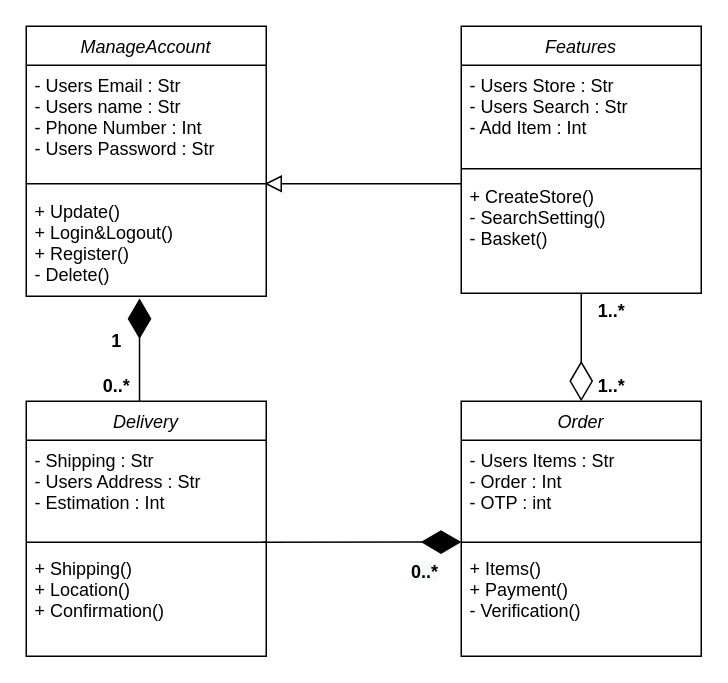
Above: classdiagram.drawio in ROSYIDAN/flow-chart (draw.io), before the change. Source tidied: cells renumbered, new cells numbered last; positions are measured from the earlier drawing's top-left corner, leaving out a move shared by most shapes. Both pictures are drawn from the tidied source at 150%, with x=0, y=0 at pixel (26, 26).
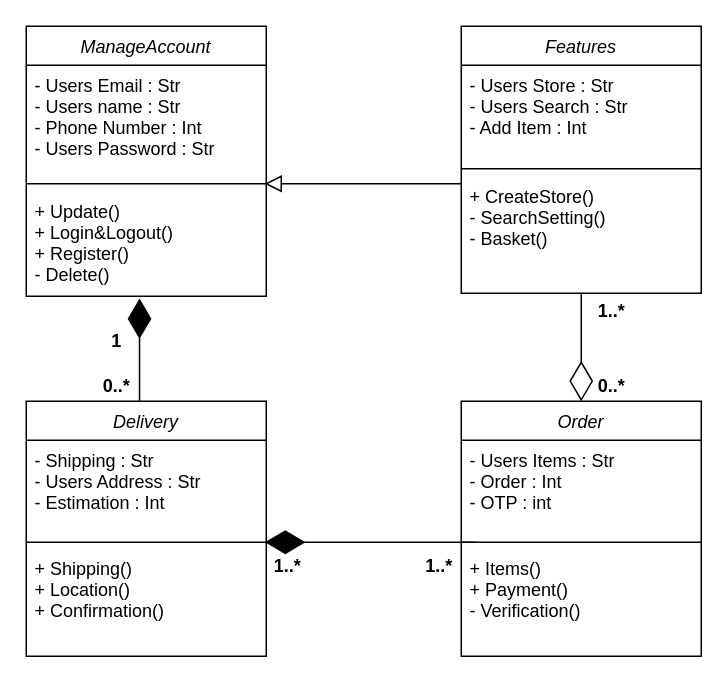
The same page after the edit.

Unchanged cells that the change refers to:
```xml
<mxCell id="13" style="line;html=1;strokeWidth=1;align=left;verticalAlign=middle;spacingTop=-1;spacingLeft=3;spacingRight=3;labelPosition=right;points=[];portConstraint=eastwest;" parent="11" vertex="1">
  <mxGeometry y="90" width="160" height="8" as="geometry" />
</mxCell>
<mxCell id="17" style="line;html=1;strokeWidth=1;align=left;verticalAlign=middle;spacingTop=-1;spacingLeft=3;spacingRight=3;labelPosition=right;points=[];portConstraint=eastwest;" parent="15" vertex="1">
  <mxGeometry y="90" width="160" height="8" as="geometry" />
</mxCell>
```

The edit, as a diff of the source:
```diff
@@
-    <mxCell id="23" style="endArrow=diamondThin;endFill=1;endSize=24;html=1;rounded=0;entryX=0;entryY=0.48;entryDx=0;entryDy=0;entryPerimeter=0;exitX=0.983;exitY=0.504;exitDx=0;exitDy=0;exitPerimeter=0;" parent="1" edge="1" source="17" target="13">
+    <mxCell id="23" style="endArrow=diamondThin;endFill=1;endSize=24;html=1;rounded=0;entryX=0.995;entryY=0.498;entryDx=0;entryDy=0;entryPerimeter=0;exitX=0.058;exitY=0.502;exitDx=0;exitDy=0;exitPerimeter=0;" parent="1" edge="1" source="13" target="17">
       <mxGeometry relative="1" as="geometry" />
     </mxCell>
-    <mxCell id="24" value="&lt;span style=&quot;color: rgb(0, 0, 0); font-family: helvetica; font-size: 12px; font-style: normal; font-weight: 700; letter-spacing: normal; text-align: left; text-indent: 0px; text-transform: none; word-spacing: 0px; background-color: rgb(248, 249, 250); display: inline; float: none;&quot;&gt;0..*&lt;/span&gt;" style="text;whiteSpace=wrap;html=1;" parent="1" vertex="1">
-      <mxGeometry x="255" y="350" width="20" height="20" as="geometry" />
-    </mxCell>
@@
-    <mxCell id="28" value="&lt;b&gt;1..*&lt;/b&gt;" style="text;html=1;align=center;verticalAlign=middle;strokeColor=none;fillColor=none;" parent="1" vertex="1">
+    <mxCell id="28" value="&lt;b&gt;0..*&lt;/b&gt;" style="text;html=1;align=center;verticalAlign=middle;strokeColor=none;fillColor=none;" parent="1" vertex="1">
       <mxGeometry x="375" y="230" width="30" height="20" as="geometry" />
     </mxCell>
@@
+    <mxCell id="31" value="&lt;b&gt;1..*&lt;/b&gt;" style="text;html=1;align=center;verticalAlign=middle;strokeColor=none;fillColor=none;" parent="1" vertex="1">
+      <mxGeometry x="159" y="350" width="30" height="20" as="geometry" />
+    </mxCell>
+    <mxCell id="32" value="&lt;b&gt;1..*&lt;/b&gt;" style="text;html=1;align=center;verticalAlign=middle;strokeColor=none;fillColor=none;" parent="1" vertex="1">
+      <mxGeometry x="260" y="350" width="30" height="20" as="geometry" />
+    </mxCell>
```
